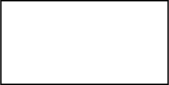
The draw.io diagram ker-escape-room.drawio.svg in SchoolOfCode/escape-room-hackathon-koding-exceptional-repo-s, before a commit. Source tidied: cells renumbered, new cells last; positions are measured from the earlier drawing's top-left corner, leaving out a move shared by most shapes.
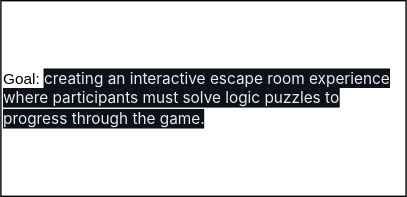
Above is the later version.

Commit message:
added goal and mvp to flow chart

What changed in the source:
```diff
@@ -2,8 +2,8 @@
   <root>
     <mxCell id="0" />
     <mxCell id="1" parent="0" />
-    <mxCell id="2" style="rounded=0;whiteSpace=wrap;html=1;" parent="1" vertex="1">
-      <mxGeometry width="120" height="60" as="geometry" />
+    <mxCell id="2" value="&lt;font style=&quot;font-size: 11px;&quot;&gt;Goal:&amp;nbsp;&lt;span style=&quot;color: rgb(230, 237, 243); font-family: -apple-system, BlinkMacSystemFont, &amp;quot;Segoe UI&amp;quot;, &amp;quot;Noto Sans&amp;quot;, Helvetica, Arial, sans-serif, &amp;quot;Apple Color Emoji&amp;quot;, &amp;quot;Segoe UI Emoji&amp;quot;; background-color: rgb(13, 17, 23);&quot;&gt;creating an interactive escape room experience where participants must solve logic puzzles to progress through the game.&lt;/span&gt;&lt;/font&gt;" style="rounded=0;whiteSpace=wrap;html=1;align=left;" parent="1" vertex="1">
+      <mxGeometry width="290" height="140" as="geometry" />
     </mxCell>
   </root>
 </mxGraphModel>
```
